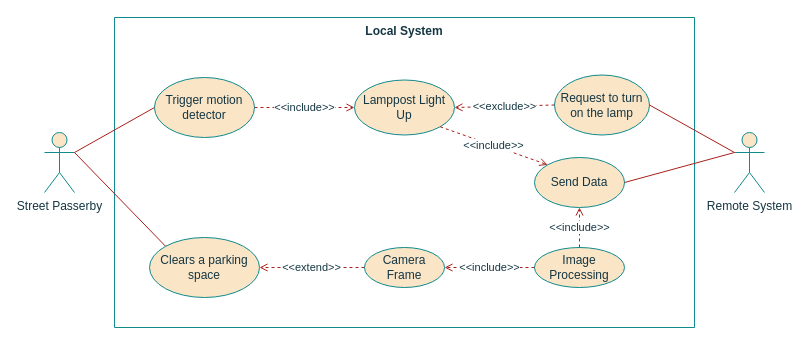
Before: page "LS_UseCase" (1 of 10) of project/report/flowcharts/LocalSystem.drawio in ESRGgroup9/slipad, a draw.io diagram. Source tidied: cells renumbered, new cells numbered last; positions are measured from the earlier drawing's top-left corner, leaving out a move shared by most shapes. Both pictures are drawn from the tidied source at 100%, with x=0, y=0 at pixel (44, 17).
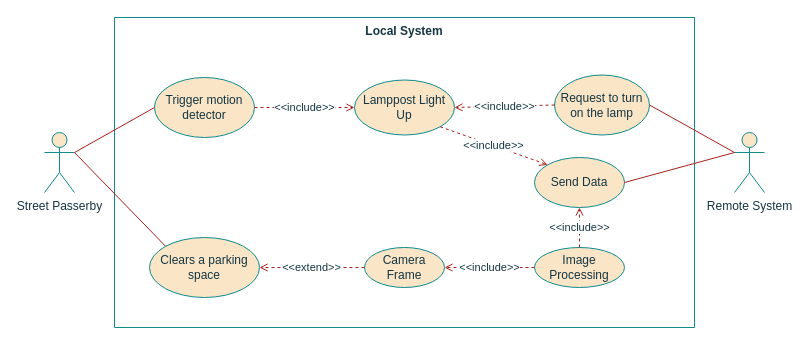
Above is the later version.

The change refers to these unchanged cells:
```xml
<mxCell id="2" value="Local System" style="swimlane;startSize=0;verticalAlign=top;fillColor=#FAE5C7;strokeColor=#0F8B8D;fontColor=#143642;" parent="1" vertex="1">
  <mxGeometry x="70" width="580" height="310" as="geometry" />
</mxCell>
<mxCell id="4" value="Request to turn on the lamp" style="ellipse;whiteSpace=wrap;html=1;fillColor=#FAE5C7;strokeColor=#0F8B8D;fontColor=#143642;" parent="2" vertex="1">
  <mxGeometry x="440" y="57.5" width="95" height="60" as="geometry" />
</mxCell>
<mxCell id="12" value="Lamppost Light Up" style="ellipse;whiteSpace=wrap;html=1;fillColor=#FAE5C7;strokeColor=#0F8B8D;fontColor=#143642;" parent="2" vertex="1">
  <mxGeometry x="240" y="62.5" width="100" height="55" as="geometry" />
</mxCell>
```

Change to the diagram source:
```diff
@@
-    <mxCell id="14" value="&amp;lt;&amp;lt;exclude&amp;gt;&amp;gt;" style="edgeStyle=none;rounded=0;jettySize=auto;html=1;entryX=1;entryY=0.5;entryDx=0;entryDy=0;dashed=1;endArrow=open;endFill=0;exitX=0;exitY=0.5;exitDx=0;exitDy=0;labelBackgroundColor=default;strokeColor=#A8201A;fontColor=#143642;" parent="2" edge="1" source="4" target="12">
+    <mxCell id="14" value="&amp;lt;&amp;lt;include&amp;gt;&amp;gt;" style="edgeStyle=none;rounded=0;jettySize=auto;html=1;entryX=1;entryY=0.5;entryDx=0;entryDy=0;dashed=1;endArrow=open;endFill=0;exitX=0;exitY=0.5;exitDx=0;exitDy=0;labelBackgroundColor=default;strokeColor=#A8201A;fontColor=#143642;" parent="2" edge="1" source="4" target="12">
       <mxGeometry relative="1" as="geometry" />
     </mxCell>
```
